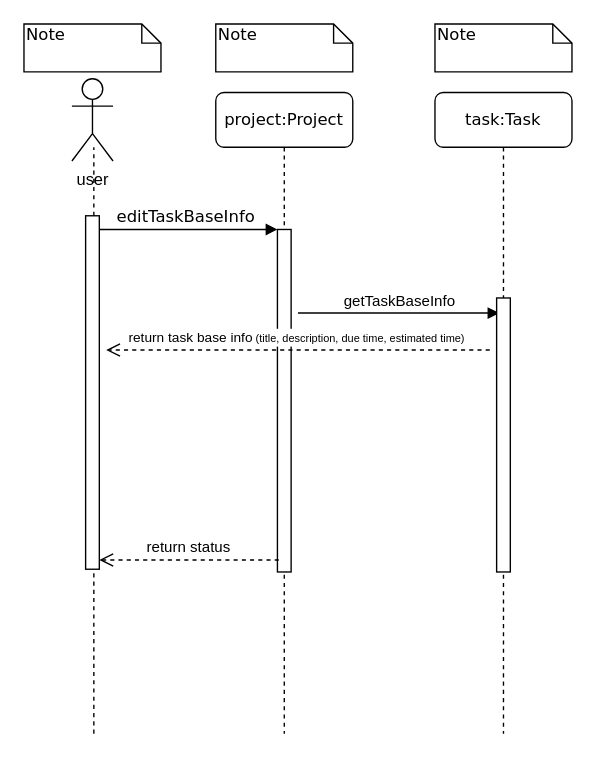
Earlier version of the draw.io diagram Behavioral Modeling/seq diagram - task - edit task title desc times.drawio (amirabbas8/ScrumOfficer). Source tidied: cells renumbered, new cells numbered last; positions are measured from the earlier drawing's top-left corner, leaving out a move shared by most shapes. Both pictures are drawn from the tidied source at 137%, with x=0, y=0 at pixel (23, 23).
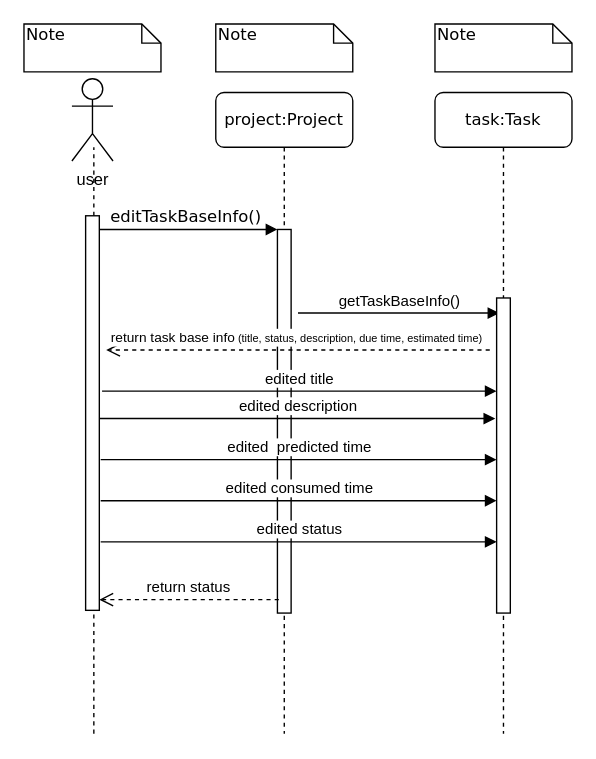
Above is the later version.

Commit message:
edit task base infos seq dgrm #21

The change refers to these unchanged cells:
```xml
<mxCell id="2" value="project:Project&lt;br&gt;" style="shape=umlLifeline;perimeter=lifelinePerimeter;whiteSpace=wrap;html=1;rounded=1;shadow=0;comic=0;labelBackgroundColor=none;strokeColor=#000000;strokeWidth=1;fillColor=#FFFFFF;fontFamily=Verdana;fontSize=12;fontColor=#000000;align=center;" parent="1" vertex="1">
  <mxGeometry x="140" y="50" width="100" height="468" as="geometry" />
</mxCell>
<mxCell id="5" value="task:Task&lt;br&gt;" style="shape=umlLifeline;perimeter=lifelinePerimeter;whiteSpace=wrap;html=1;rounded=1;shadow=0;comic=0;labelBackgroundColor=none;strokeColor=#000000;strokeWidth=1;fillColor=#FFFFFF;fontFamily=Verdana;fontSize=12;fontColor=#000000;align=center;" parent="1" vertex="1">
  <mxGeometry x="300" y="50" width="100" height="468" as="geometry" />
</mxCell>
```

Change to the diagram source:
```diff
@@
     <mxCell id="3" style="html=1;points=[];perimeter=orthogonalPerimeter;rounded=0;shadow=0;comic=0;labelBackgroundColor=none;strokeColor=#000000;strokeWidth=1;fillColor=#FFFFFF;fontFamily=Verdana;fontSize=12;fontColor=#000000;align=center;" parent="2" vertex="1">
-      <mxGeometry x="45" y="100" width="10" height="250" as="geometry" />
+      <mxGeometry x="45" y="100" width="10" height="280" as="geometry" />
     </mxCell>
-    <mxCell id="4" value="getTaskBaseInfo" style="html=1;verticalAlign=bottom;endArrow=block;entryX=0.1;entryY=0.1;entryDx=0;entryDy=0;entryPerimeter=0;" parent="2" edge="1">
+    <mxCell id="4" value="getTaskBaseInfo()" style="html=1;verticalAlign=bottom;endArrow=block;entryX=0.1;entryY=0.1;entryDx=0;entryDy=0;entryPerimeter=0;" parent="2" edge="1">
       <mxGeometry relative="1" as="geometry">
         <mxPoint x="60" y="161" as="sourcePoint" />
         <mxPoint x="207" y="161" as="targetPoint" />
       </mxGeometry>
     </mxCell>
@@
     <mxCell id="6" style="html=1;points=[];perimeter=orthogonalPerimeter;rounded=0;shadow=0;comic=0;labelBackgroundColor=none;strokeColor=#000000;strokeWidth=1;fillColor=#FFFFFF;fontFamily=Verdana;fontSize=12;fontColor=#000000;align=center;" parent="5" vertex="1">
-      <mxGeometry x="45" y="150" width="10" height="200" as="geometry" />
+      <mxGeometry x="45" y="150" width="10" height="230" as="geometry" />
     </mxCell>
-    <mxCell id="7" value="editTaskBaseInfo&lt;br&gt;" style="html=1;verticalAlign=bottom;endArrow=block;entryX=0;entryY=0;labelBackgroundColor=none;fontFamily=Verdana;fontSize=12;edgeStyle=elbowEdgeStyle;elbow=vertical;" parent="1" edge="1" target="3">
+    <mxCell id="7" value="editTaskBaseInfo()&lt;br&gt;" style="html=1;verticalAlign=bottom;endArrow=block;entryX=0;entryY=0;labelBackgroundColor=none;fontFamily=Verdana;fontSize=12;edgeStyle=elbowEdgeStyle;elbow=vertical;" parent="1" edge="1" target="3">
       <mxGeometry relative="1" as="geometry">
         <mxPoint x="50" y="150" as="sourcePoint" />
       </mxGeometry>
     </mxCell>
@@
     <mxCell id="13" style="html=1;points=[];perimeter=orthogonalPerimeter;" parent="1" vertex="1">
-      <mxGeometry x="45" y="140" width="10" height="258" as="geometry" />
+      <mxGeometry x="45" y="140" width="10" height="288" as="geometry" />
     </mxCell>
@@
-    <mxCell id="16" value="&lt;font style=&quot;font-size: 10px&quot;&gt;return task base info&lt;/font&gt;&lt;font style=&quot;font-size: 8px&quot;&gt; (title, description, due time, estimated time)&amp;nbsp;&lt;/font&gt;" style="html=1;verticalAlign=bottom;endArrow=open;dashed=1;endSize=8;" parent="1" edge="1">
+    <mxCell id="16" value="&lt;font style=&quot;font-size: 10px&quot;&gt;return task base info&lt;/font&gt;&lt;font style=&quot;font-size: 8px&quot;&gt; (title, status, description, due time, estimated time)&amp;nbsp;&lt;/font&gt;" style="html=1;verticalAlign=bottom;endArrow=open;dashed=1;endSize=8;" parent="1" edge="1">
       <mxGeometry relative="1" as="geometry">
         <mxPoint x="340" y="238" as="sourcePoint" />
         <mxPoint x="60" y="238" as="targetPoint" />
       </mxGeometry>
     </mxCell>
+    <mxCell id="17" value="edited title" style="html=1;verticalAlign=bottom;endArrow=block;" parent="1" edge="1" target="6">
+      <mxGeometry relative="1" as="geometry">
+        <mxPoint x="57" y="268" as="sourcePoint" />
+        <Array as="points">
+          <mxPoint x="270" y="268" />
+        </Array>
+      </mxGeometry>
+    </mxCell>
+    <mxCell id="18" value="edited description" style="html=1;verticalAlign=bottom;endArrow=block;exitX=1.1;exitY=0.492;exitDx=0;exitDy=0;exitPerimeter=0;" parent="1" edge="1">
+      <mxGeometry relative="1" as="geometry">
+        <mxPoint x="55" y="288" as="sourcePoint" />
+        <mxPoint x="344" y="288" as="targetPoint" />
+      </mxGeometry>
+    </mxCell>
+    <mxCell id="19" value="edited&amp;nbsp; predicted time" style="html=1;verticalAlign=bottom;endArrow=block;exitX=1.1;exitY=0.492;exitDx=0;exitDy=0;exitPerimeter=0;" parent="1" edge="1">
+      <mxGeometry relative="1" as="geometry">
+        <mxPoint x="56" y="318" as="sourcePoint" />
+        <mxPoint x="345" y="318" as="targetPoint" />
+      </mxGeometry>
+    </mxCell>
+    <mxCell id="20" value="edited consumed time" style="html=1;verticalAlign=bottom;endArrow=block;exitX=1.1;exitY=0.492;exitDx=0;exitDy=0;exitPerimeter=0;" parent="1" edge="1">
+      <mxGeometry relative="1" as="geometry">
+        <mxPoint x="56" y="348" as="sourcePoint" />
+        <mxPoint x="345" y="348" as="targetPoint" />
+      </mxGeometry>
+    </mxCell>
+    <mxCell id="21" value="edited status" style="html=1;verticalAlign=bottom;endArrow=block;exitX=1.1;exitY=0.492;exitDx=0;exitDy=0;exitPerimeter=0;" parent="1" edge="1">
+      <mxGeometry relative="1" as="geometry">
+        <mxPoint x="56" y="378" as="sourcePoint" />
+        <mxPoint x="345" y="378" as="targetPoint" />
+      </mxGeometry>
+    </mxCell>
```
